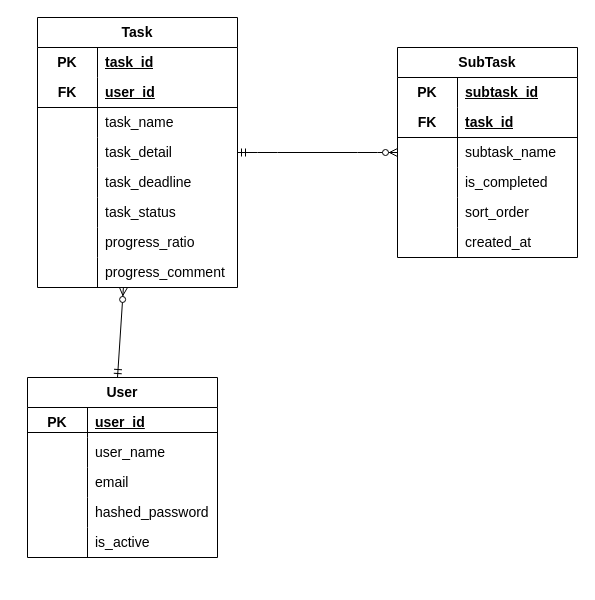
Rintaro58511/rin_task-app_2nd keeps this draw.io diagram as task_management.dio. Above is the earlier version. Source tidied: cells renumbered, new cells numbered last; positions are measured from the earlier drawing's top-left corner, leaving out a move shared by most shapes. Both pictures are drawn from the tidied source at 100%, with x=0, y=0 at pixel (17, 17).
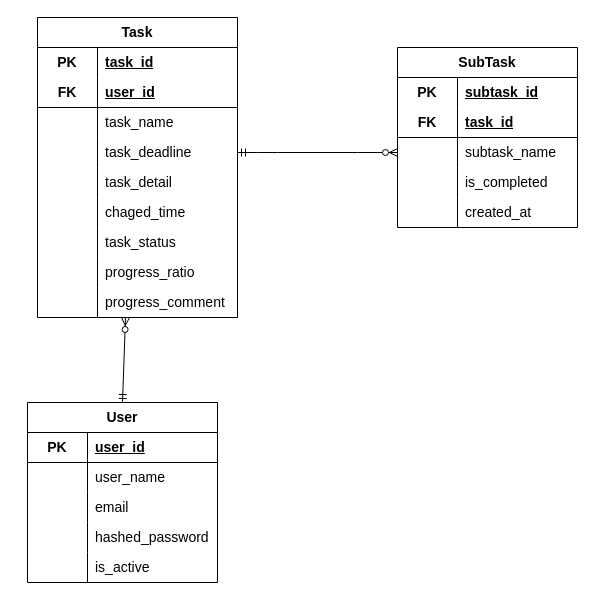
The same diagram, later.

Unchanged cells that the change refers to:
```xml
<mxCell id="14" style="shape=tableRow;horizontal=0;startSize=0;swimlaneHead=0;swimlaneBody=0;fillColor=none;points=[[0,0.5],[1,0.5]];portConstraint=eastwest;top=0;left=0;right=0;bottom=0;html=1;strokeColor=default;align=center;verticalAlign=middle;fontFamily=Helvetica;fontSize=14;fontColor=default;fontStyle=0;" parent="4" vertex="1">
  <mxGeometry y="120" width="200" height="30" as="geometry" />
</mxCell>
<mxCell id="17" style="shape=tableRow;horizontal=0;startSize=0;swimlaneHead=0;swimlaneBody=0;fillColor=none;top=0;left=0;right=0;bottom=0;html=1;strokeColor=default;align=center;verticalAlign=middle;fontFamily=Helvetica;fontSize=14;fontColor=default;fontStyle=0;" parent="4" vertex="1">
  <mxGeometry y="150" width="200" height="30" as="geometry" />
</mxCell>
```

The edit, as a diff of the source:
```diff
@@
     <mxCell id="4" value="Task" style="shape=table;startSize=30;childLayout=tableLayout;rowLines=0;fontStyle=1;align=center;html=1;whiteSpace=wrap;strokeColor=default;verticalAlign=middle;fontFamily=Helvetica;fontSize=14;fontColor=default;fillColor=default;" parent="1" vertex="1">
-      <mxGeometry x="20" width="200" height="270" as="geometry" />
+      <mxGeometry x="20" width="200" height="300" as="geometry" />
     </mxCell>
@@
-    <mxCell id="16" value="task_detail" style="shape=partialRectangle;fillColor=none;top=0;left=0;bottom=0;right=0;align=left;spacingLeft=6;overflow=hidden;html=1;whiteSpace=wrap;strokeColor=default;verticalAlign=middle;fontFamily=Helvetica;fontSize=14;fontColor=default;fontStyle=0;" parent="14" vertex="1">
+    <mxCell id="16" value="task_deadline" style="shape=partialRectangle;fillColor=none;top=0;left=0;bottom=0;right=0;align=left;spacingLeft=6;overflow=hidden;html=1;whiteSpace=wrap;strokeColor=default;verticalAlign=middle;fontFamily=Helvetica;fontSize=14;fontColor=default;fontStyle=0;" parent="14" vertex="1">
       <mxGeometry x="60" width="140" height="30" as="geometry" />
     </mxCell>
@@
-    <mxCell id="19" value="task_deadline" style="shape=partialRectangle;fillColor=none;top=0;left=0;bottom=0;right=0;align=left;spacingLeft=6;overflow=hidden;html=1;whiteSpace=wrap;strokeColor=default;verticalAlign=middle;fontFamily=Helvetica;fontSize=14;fontColor=default;fontStyle=0;" parent="17" vertex="1">
+    <mxCell id="19" value="task_detail" style="shape=partialRectangle;fillColor=none;top=0;left=0;bottom=0;right=0;align=left;spacingLeft=6;overflow=hidden;html=1;whiteSpace=wrap;strokeColor=default;verticalAlign=middle;fontFamily=Helvetica;fontSize=14;fontColor=default;fontStyle=0;" parent="17" vertex="1">
       <mxGeometry x="60" width="140" height="30" as="geometry" />
     </mxCell>
+    <mxCell id="67" style="shape=tableRow;horizontal=0;startSize=0;swimlaneHead=0;swimlaneBody=0;fillColor=none;top=0;left=0;right=0;bottom=0;html=1;strokeColor=default;align=center;verticalAlign=middle;fontFamily=Helvetica;fontSize=14;fontColor=default;fontStyle=0;" parent="4" vertex="1">
+      <mxGeometry y="180" width="200" height="30" as="geometry" />
+    </mxCell>
+    <mxCell id="43" style="shape=partialRectangle;fillColor=none;top=0;left=0;bottom=0;right=0;overflow=hidden;html=1;whiteSpace=wrap;strokeColor=default;align=center;verticalAlign=middle;fontFamily=Helvetica;fontSize=14;fontColor=default;fontStyle=0;" parent="67" vertex="1">
+      <mxGeometry width="60" height="30" as="geometry" />
+    </mxCell>
+    <mxCell id="68" value="chaged_time" style="shape=partialRectangle;fillColor=none;top=0;left=0;bottom=0;right=0;align=left;spacingLeft=6;overflow=hidden;html=1;whiteSpace=wrap;strokeColor=default;verticalAlign=middle;fontFamily=Helvetica;fontSize=14;fontColor=default;fontStyle=0;" parent="67" vertex="1">
+      <mxGeometry x="60" width="140" height="30" as="geometry" />
+    </mxCell>
     <mxCell id="20" style="shape=tableRow;horizontal=0;startSize=0;swimlaneHead=0;swimlaneBody=0;fillColor=none;top=0;left=0;right=0;bottom=0;html=1;strokeColor=default;align=center;verticalAlign=middle;fontFamily=Helvetica;fontSize=14;fontColor=default;fontStyle=0;" parent="4" vertex="1">
-      <mxGeometry y="180" width="200" height="30" as="geometry" />
+      <mxGeometry y="210" width="200" height="30" as="geometry" />
     </mxCell>
@@
     <mxCell id="23" style="shape=tableRow;horizontal=0;startSize=0;swimlaneHead=0;swimlaneBody=0;fillColor=none;top=0;left=0;right=0;bottom=0;html=1;strokeColor=default;align=center;verticalAlign=middle;fontFamily=Helvetica;fontSize=14;fontColor=default;fontStyle=0;" parent="4" vertex="1">
-      <mxGeometry y="210" width="200" height="30" as="geometry" />
+      <mxGeometry y="240" width="200" height="30" as="geometry" />
     </mxCell>
@@
     <mxCell id="26" style="shape=tableRow;horizontal=0;startSize=0;swimlaneHead=0;swimlaneBody=0;fillColor=none;top=0;left=0;right=0;bottom=0;html=1;strokeColor=default;align=center;verticalAlign=middle;fontFamily=Helvetica;fontSize=14;fontColor=default;fontStyle=0;" parent="4" vertex="1">
-      <mxGeometry y="240" width="200" height="30" as="geometry" />
+      <mxGeometry y="270" width="200" height="30" as="geometry" />
     </mxCell>
@@
     <mxCell id="29" value="SubTask" style="shape=table;startSize=30;childLayout=tableLayout;rowLines=0;fontStyle=1;align=center;html=1;whiteSpace=wrap;strokeColor=default;verticalAlign=middle;fontFamily=Helvetica;fontSize=14;fontColor=default;fillColor=default;" parent="1" vertex="1">
-      <mxGeometry x="380" y="30" width="180" height="210" as="geometry" />
+      <mxGeometry x="380" y="30" width="180" height="180" as="geometry" />
     </mxCell>
@@
-    <mxCell id="42" style="shape=tableRow;horizontal=0;startSize=0;swimlaneHead=0;swimlaneBody=0;fillColor=none;top=0;left=0;right=0;bottom=0;html=1;strokeColor=default;align=center;verticalAlign=middle;fontFamily=Helvetica;fontSize=14;fontColor=default;fontStyle=0;" parent="29" vertex="1">
-      <mxGeometry y="150" width="180" height="30" as="geometry" />
-    </mxCell>
-    <mxCell id="43" style="shape=partialRectangle;fillColor=none;top=0;left=0;bottom=0;right=0;overflow=hidden;html=1;whiteSpace=wrap;strokeColor=default;align=center;verticalAlign=middle;fontFamily=Helvetica;fontSize=14;fontColor=default;fontStyle=0;" parent="42" vertex="1">
-      <mxGeometry width="60" height="30" as="geometry" />
-    </mxCell>
-    <mxCell id="44" value="sort_order" style="shape=partialRectangle;fillColor=none;top=0;left=0;bottom=0;right=0;align=left;spacingLeft=6;overflow=hidden;html=1;whiteSpace=wrap;strokeColor=default;verticalAlign=middle;fontFamily=Helvetica;fontSize=14;fontColor=default;fontStyle=0;" parent="42" vertex="1">
-      <mxGeometry x="60" width="120" height="30" as="geometry" />
-    </mxCell>
     <mxCell id="45" style="shape=tableRow;horizontal=0;startSize=0;swimlaneHead=0;swimlaneBody=0;fillColor=none;top=0;left=0;right=0;bottom=0;html=1;strokeColor=default;align=center;verticalAlign=middle;fontFamily=Helvetica;fontSize=14;fontColor=default;fontStyle=0;" parent="29" vertex="1">
-      <mxGeometry y="180" width="180" height="30" as="geometry" />
+      <mxGeometry y="150" width="180" height="30" as="geometry" />
     </mxCell>
@@
     <mxCell id="49" value="User" style="shape=table;startSize=30;childLayout=tableLayout;rowLines=0;fontStyle=1;align=center;html=1;whiteSpace=wrap;strokeColor=default;verticalAlign=middle;fontFamily=Helvetica;fontSize=14;fontColor=default;fillColor=default;" parent="1" vertex="1">
-      <mxGeometry x="10" y="360" width="190" height="180" as="geometry" />
+      <mxGeometry x="10" y="385" width="190" height="180" as="geometry" />
     </mxCell>
@@
-    <mxCell id="65" style="fontSize=12;html=1;endArrow=ERzeroToMany;startArrow=ERmandOne;fontFamily=Helvetica;fontColor=default;fontStyle=0;entryX=0.505;entryY=1.027;entryDx=0;entryDy=0;entryPerimeter=0;" parent="1" edge="1">
+    <mxCell id="65" style="fontSize=12;html=1;endArrow=ERzeroToMany;startArrow=ERmandOne;fontFamily=Helvetica;fontColor=default;fontStyle=0;entryX=0.505;entryY=1.027;entryDx=0;entryDy=0;entryPerimeter=0;exitX=0.5;exitY=0;exitDx=0;exitDy=0;" parent="1" edge="1" source="49">
       <mxGeometry relative="1" as="geometry">
-        <mxPoint x="100" y="360" as="sourcePoint" />
-        <mxPoint x="105.9" y="270" as="targetPoint" />
+        <mxPoint x="108" y="300" as="targetPoint" />
       </mxGeometry>
     </mxCell>
     <mxCell id="66" style="line;strokeWidth=1;dashed=0;labelPosition=right;align=left;verticalAlign=middle;spacingTop=0;spacingLeft=6;strokeColor=default;fontFamily=Helvetica;fontSize=14;fontColor=default;fontStyle=0;fillColor=default;" parent="1" vertex="1">
-      <mxGeometry x="10" y="410" width="190" height="10" as="geometry" />
+      <mxGeometry x="10" y="440" width="190" height="10" as="geometry" />
     </mxCell>
```
